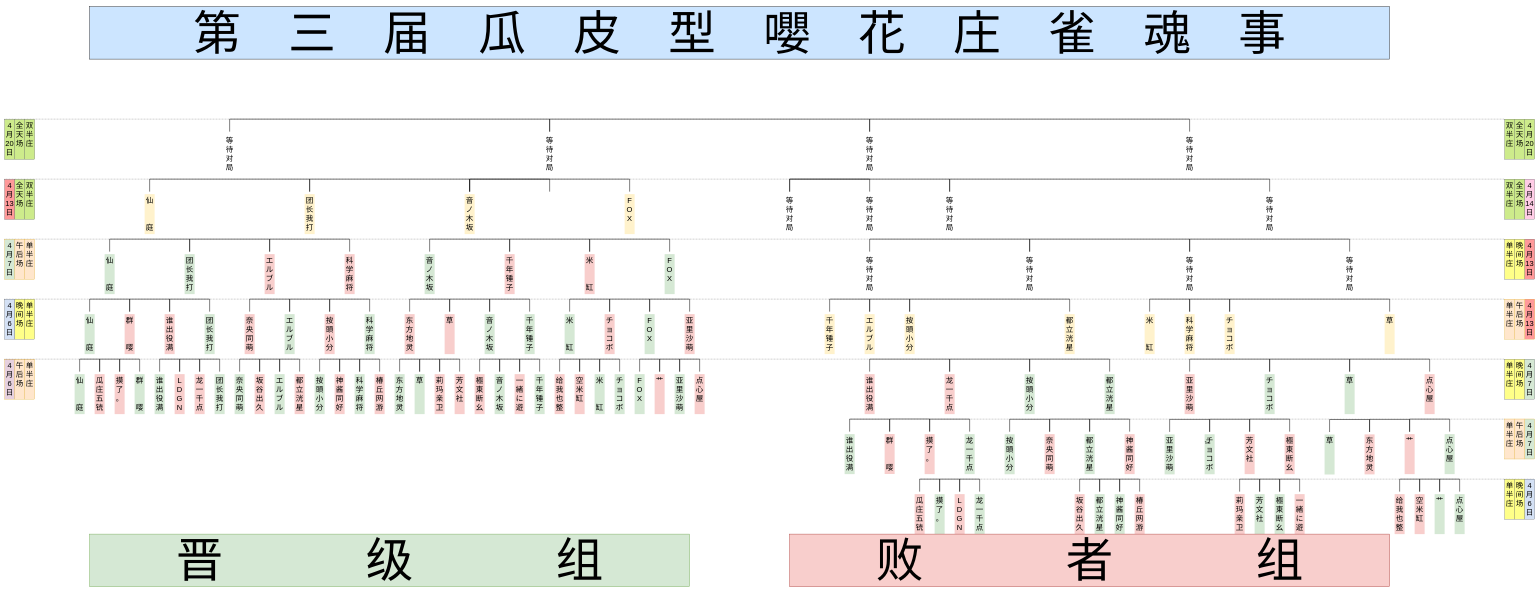
Earlier version of the draw.io diagram Tree Diagram.drawio (psc2350/pcr.mahjong.pub). Source tidied: cells renumbered, new cells numbered last; positions are measured from the earlier drawing's top-left corner, leaving out a move shared by most shapes. Both pictures are drawn from the tidied source at 25%, with x=0, y=0 at pixel (4, 6).
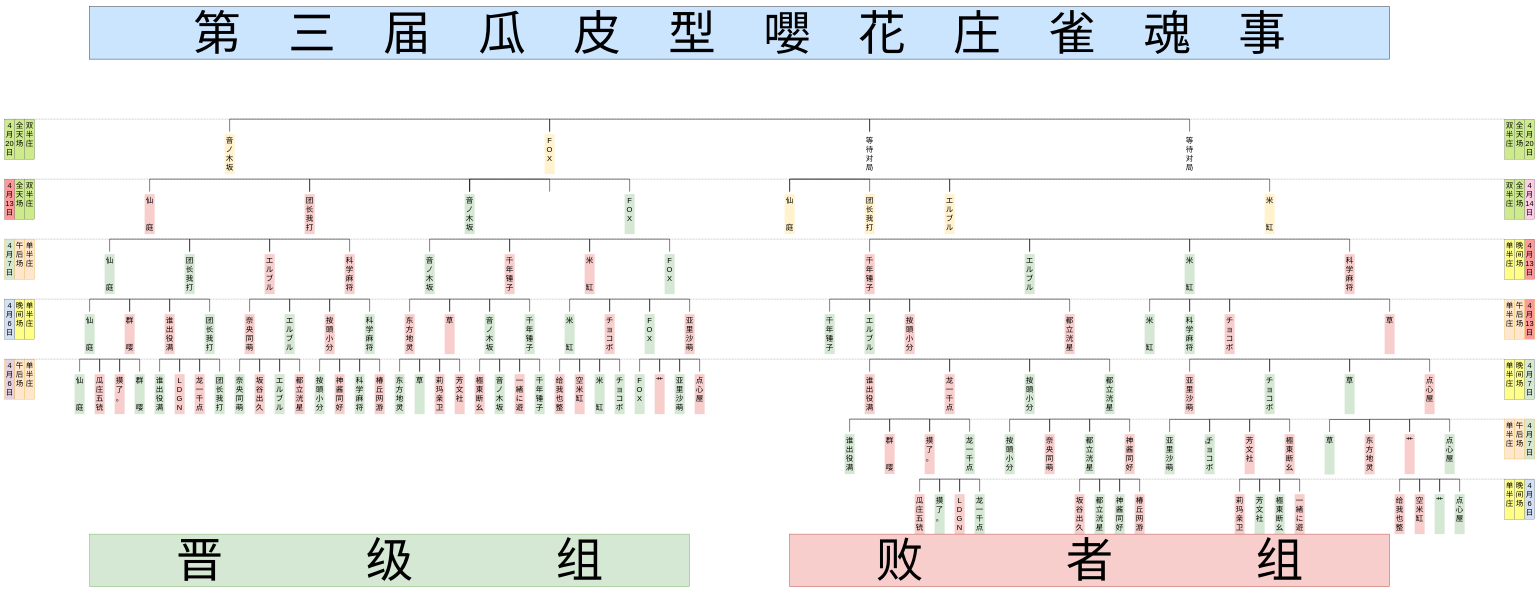
The same diagram, later.

Unchanged cells that the change refers to:
```xml
<mxCell id="3" style="group;" parent="1" vertex="1">
  <mxGeometry x="280" y="450" width="5560" height="1660" as="geometry" />
</mxCell>
```

Diff of the diagram source:
```diff
@@
-    <mxCell id="99" value="仙&lt;br&gt;&lt;br&gt;&lt;br&gt;庭&lt;br&gt;" style="text;html=1;strokeColor=none;fillColor=#FFF2CC;align=center;verticalAlign=top;whiteSpace=wrap;rounded=0;fontFamily=FZZhunYuan-M02;horizontal=1;fontSize=30;" parent="3" vertex="1">
+    <mxCell id="99" value="仙&lt;br&gt;&lt;br&gt;&lt;br&gt;庭&lt;br&gt;" style="text;html=1;strokeColor=none;fillColor=#F8CECC;align=center;verticalAlign=top;whiteSpace=wrap;rounded=0;fontFamily=FZZhunYuan-M02;horizontal=1;fontSize=30;" parent="3" vertex="1">
       <mxGeometry x="280" y="300" width="40" height="160" as="geometry" />
     </mxCell>
-    <mxCell id="100" value="团长我打&lt;br style=&quot;font-size: 30px&quot;&gt;" style="text;html=1;strokeColor=none;fillColor=#FFF2CC;align=center;verticalAlign=top;whiteSpace=wrap;rounded=0;fontFamily=FZZhunYuan-M02;horizontal=1;fontSize=30;" parent="3" vertex="1">
+    <mxCell id="100" value="团长我打&lt;br style=&quot;font-size: 30px&quot;&gt;" style="text;html=1;strokeColor=none;fillColor=#F8CECC;align=center;verticalAlign=top;whiteSpace=wrap;rounded=0;fontFamily=FZZhunYuan-M02;horizontal=1;fontSize=30;" parent="3" vertex="1">
       <mxGeometry x="920" y="300" width="40" height="160" as="geometry" />
     </mxCell>
-    <mxCell id="101" value="音ノ木坂&lt;br style=&quot;font-size: 30px&quot;&gt;" style="text;html=1;strokeColor=none;fillColor=#FFF2CC;align=center;verticalAlign=top;whiteSpace=wrap;rounded=0;fontFamily=FZZhunYuan-M02;horizontal=1;fontSize=30;" parent="3" vertex="1">
+    <mxCell id="101" value="音ノ木坂&lt;br style=&quot;font-size: 30px&quot;&gt;" style="text;html=1;strokeColor=none;fillColor=#D5E8D4;align=center;verticalAlign=top;whiteSpace=wrap;rounded=0;fontFamily=FZZhunYuan-M02;horizontal=1;fontSize=30;" parent="3" vertex="1">
       <mxGeometry x="1560" y="300" width="40" height="160" as="geometry" />
     </mxCell>
-    <mxCell id="102" value="F&lt;br&gt;O&lt;br&gt;X&lt;br&gt;" style="text;html=1;strokeColor=none;fillColor=#FFF2CC;align=center;verticalAlign=top;whiteSpace=wrap;rounded=0;fontFamily=FZZhunYuan-M02;horizontal=1;fontSize=30;" parent="3" vertex="1">
+    <mxCell id="102" value="F&lt;br&gt;O&lt;br&gt;X&lt;br&gt;" style="text;html=1;strokeColor=none;fillColor=#D5E8D4;align=center;verticalAlign=top;whiteSpace=wrap;rounded=0;fontFamily=FZZhunYuan-M02;horizontal=1;fontSize=30;" parent="3" vertex="1">
       <mxGeometry x="2200" y="300" width="40" height="160" as="geometry" />
     </mxCell>
@@
-    <mxCell id="106" value="&lt;span style=&quot;font-size: 30px;&quot;&gt;等待对局&lt;/span&gt;&lt;br style=&quot;font-size: 30px;&quot;&gt;" style="text;html=1;strokeColor=none;fillColor=none;align=center;verticalAlign=top;whiteSpace=wrap;rounded=0;fontFamily=FZZhunYuan-M02;horizontal=1;fontSize=30;" parent="3" vertex="1">
+    <mxCell id="106" value="音ノ木坂&lt;br style=&quot;font-size: 30px&quot;&gt;" style="text;html=1;strokeColor=none;fillColor=#FFF2CC;align=center;verticalAlign=top;whiteSpace=wrap;rounded=0;fontFamily=FZZhunYuan-M02;horizontal=1;fontSize=30;" parent="3" vertex="1">
       <mxGeometry x="600" y="60" width="40" height="160" as="geometry" />
     </mxCell>
-    <mxCell id="107" value="&lt;span style=&quot;font-size: 30px;&quot;&gt;等待对局&lt;/span&gt;&lt;br style=&quot;font-size: 30px;&quot;&gt;" style="text;html=1;strokeColor=none;fillColor=none;align=center;verticalAlign=top;whiteSpace=wrap;rounded=0;fontFamily=FZZhunYuan-M02;horizontal=1;fontSize=30;" parent="3" vertex="1">
+    <mxCell id="107" value="F&lt;br&gt;O&lt;br&gt;X&lt;br&gt;" style="text;html=1;strokeColor=none;fillColor=#FFF2CC;align=center;verticalAlign=top;whiteSpace=wrap;rounded=0;fontFamily=FZZhunYuan-M02;horizontal=1;fontSize=30;" parent="3" vertex="1">
       <mxGeometry x="1880" y="60" width="40" height="160" as="geometry" />
     </mxCell>
@@
-    <mxCell id="162" value="按頭小分" style="text;html=1;strokeColor=none;fillColor=#FFF2CC;align=center;verticalAlign=top;whiteSpace=wrap;rounded=0;fontFamily=FZZhunYuan-M02;horizontal=1;fontSize=30;" parent="3" vertex="1">
+    <mxCell id="162" value="按頭小分" style="text;html=1;strokeColor=none;fillColor=#F8CECC;align=center;verticalAlign=top;whiteSpace=wrap;rounded=0;fontFamily=FZZhunYuan-M02;horizontal=1;fontSize=30;" parent="3" vertex="1">
       <mxGeometry x="3320" y="780" width="40" height="160" as="geometry" />
     </mxCell>
-    <mxCell id="163" value="都立洸星&lt;br&gt;" style="text;html=1;strokeColor=none;fillColor=#FFF2CC;align=center;verticalAlign=top;whiteSpace=wrap;rounded=0;fontFamily=FZZhunYuan-M02;horizontal=1;fontSize=30;" parent="3" vertex="1">
+    <mxCell id="163" value="都立洸星&lt;br&gt;" style="text;html=1;strokeColor=none;fillColor=#F8CECC;align=center;verticalAlign=top;whiteSpace=wrap;rounded=0;fontFamily=FZZhunYuan-M02;horizontal=1;fontSize=30;" parent="3" vertex="1">
       <mxGeometry x="3960" y="780" width="40" height="160" as="geometry" />
     </mxCell>
-    <mxCell id="164" value="チョコボ&lt;br&gt;" style="text;html=1;strokeColor=none;fillColor=#FFF2CC;align=center;verticalAlign=top;whiteSpace=wrap;rounded=0;fontFamily=FZZhunYuan-M02;horizontal=1;fontSize=30;" parent="3" vertex="1">
+    <mxCell id="164" value="チョコボ&lt;br&gt;" style="text;html=1;strokeColor=none;fillColor=#F8CECC;align=center;verticalAlign=top;whiteSpace=wrap;rounded=0;fontFamily=FZZhunYuan-M02;horizontal=1;fontSize=30;" parent="3" vertex="1">
       <mxGeometry x="4600" y="780" width="40" height="160" as="geometry" />
     </mxCell>
-    <mxCell id="165" value="草&lt;br&gt;" style="text;html=1;strokeColor=none;fillColor=#FFF2CC;align=center;verticalAlign=top;whiteSpace=wrap;rounded=0;fontFamily=FZZhunYuan-M02;horizontal=1;fontSize=30;" parent="3" vertex="1">
+    <mxCell id="165" value="草&lt;br&gt;" style="text;html=1;strokeColor=none;fillColor=#F8CECC;align=center;verticalAlign=top;whiteSpace=wrap;rounded=0;fontFamily=FZZhunYuan-M02;horizontal=1;fontSize=30;" parent="3" vertex="1">
       <mxGeometry x="5240" y="780" width="40" height="160" as="geometry" />
     </mxCell>
@@
-    <mxCell id="168" value="千年锤子&lt;br&gt;" style="text;html=1;strokeColor=none;fillColor=#FFF2CC;align=center;verticalAlign=top;whiteSpace=wrap;rounded=0;fontFamily=FZZhunYuan-M02;horizontal=1;fontSize=30;" parent="3" vertex="1">
+    <mxCell id="168" value="千年锤子&lt;br&gt;" style="text;html=1;strokeColor=none;fillColor=#D5E8D4;align=center;verticalAlign=top;whiteSpace=wrap;rounded=0;fontFamily=FZZhunYuan-M02;horizontal=1;fontSize=30;" parent="3" vertex="1">
       <mxGeometry x="3000" y="780" width="40" height="160" as="geometry" />
     </mxCell>
-    <mxCell id="169" value="エルブル&lt;br&gt;" style="text;html=1;strokeColor=none;fillColor=#FFF2CC;align=center;verticalAlign=top;whiteSpace=wrap;rounded=0;fontFamily=FZZhunYuan-M02;horizontal=1;fontSize=30;" parent="3" vertex="1">
+    <mxCell id="169" value="エルブル&lt;br&gt;" style="text;html=1;strokeColor=none;fillColor=#D5E8D4;align=center;verticalAlign=top;whiteSpace=wrap;rounded=0;fontFamily=FZZhunYuan-M02;horizontal=1;fontSize=30;" parent="3" vertex="1">
       <mxGeometry x="3160" y="780" width="40" height="160" as="geometry" />
     </mxCell>
@@
-    <mxCell id="172" value="米&lt;br&gt;&lt;br&gt;&lt;br&gt;缸&lt;br&gt;" style="text;html=1;strokeColor=none;fillColor=#FFF2CC;align=center;verticalAlign=top;whiteSpace=wrap;rounded=0;fontFamily=FZZhunYuan-M02;horizontal=1;fontSize=30;" parent="3" vertex="1">
+    <mxCell id="172" value="米&lt;br&gt;&lt;br&gt;&lt;br&gt;缸&lt;br&gt;" style="text;html=1;strokeColor=none;fillColor=#D5E8D4;align=center;verticalAlign=top;whiteSpace=wrap;rounded=0;fontFamily=FZZhunYuan-M02;horizontal=1;fontSize=30;" parent="3" vertex="1">
       <mxGeometry x="4280" y="780" width="40" height="160" as="geometry" />
     </mxCell>
-    <mxCell id="173" value="科学麻将&lt;br&gt;" style="text;html=1;strokeColor=none;fillColor=#FFF2CC;align=center;verticalAlign=top;whiteSpace=wrap;rounded=0;fontFamily=FZZhunYuan-M02;horizontal=1;fontSize=30;" parent="3" vertex="1">
+    <mxCell id="173" value="科学麻将&lt;br&gt;" style="text;html=1;strokeColor=none;fillColor=#D5E8D4;align=center;verticalAlign=top;whiteSpace=wrap;rounded=0;fontFamily=FZZhunYuan-M02;horizontal=1;fontSize=30;" parent="3" vertex="1">
       <mxGeometry x="4440" y="780" width="40" height="160" as="geometry" />
     </mxCell>
@@
-    <mxCell id="176" style="strokeWidth=2;html=1;shape=mxgraph.flowchart.annotation_1;align=left;direction=south;fontFamily=FZZhunYuan-M02;fontSize=30;" parent="3" vertex="1">
+    <mxCell id="176" style="strokeWidth=2;html=1;shape=mxgraph.flowchart.annotation_1;align=left;direction=south;fontFamily=FZZhunYuan-M02;fontSize=30;fillColor=#FFF2CC;" parent="3" vertex="1">
       <mxGeometry x="620" width="1280" height="50" as="geometry" />
     </mxCell>
-    <mxCell id="177" value="等待对局&lt;br&gt;" style="text;html=1;strokeColor=none;fillColor=none;align=center;verticalAlign=top;whiteSpace=wrap;rounded=0;fontFamily=FZZhunYuan-M02;horizontal=1;fontSize=30;" parent="3" vertex="1">
+    <mxCell id="177" value="千年锤子&lt;br&gt;" style="text;html=1;strokeColor=none;fillColor=#F8CECC;align=center;verticalAlign=top;whiteSpace=wrap;rounded=0;fontFamily=FZZhunYuan-M02;horizontal=1;fontSize=30;" parent="3" vertex="1">
       <mxGeometry x="3160" y="540" width="40" height="160" as="geometry" />
     </mxCell>
-    <mxCell id="178" value="等待对局&lt;br&gt;" style="text;html=1;strokeColor=none;fillColor=none;align=center;verticalAlign=top;whiteSpace=wrap;rounded=0;fontFamily=FZZhunYuan-M02;horizontal=1;fontSize=30;" parent="3" vertex="1">
+    <mxCell id="178" value="エルブル&lt;br&gt;" style="text;html=1;strokeColor=none;fillColor=#D5E8D4;align=center;verticalAlign=top;whiteSpace=wrap;rounded=0;fontFamily=FZZhunYuan-M02;horizontal=1;fontSize=30;" parent="3" vertex="1">
       <mxGeometry x="3800" y="540" width="40" height="160" as="geometry" />
     </mxCell>
-    <mxCell id="179" value="等待对局&lt;br&gt;" style="text;html=1;strokeColor=none;fillColor=none;align=center;verticalAlign=top;whiteSpace=wrap;rounded=0;fontFamily=FZZhunYuan-M02;horizontal=1;fontSize=30;" parent="3" vertex="1">
+    <mxCell id="179" value="米&lt;br&gt;&lt;br&gt;&lt;br&gt;缸&lt;br&gt;" style="text;html=1;strokeColor=none;fillColor=#D5E8D4;align=center;verticalAlign=top;whiteSpace=wrap;rounded=0;fontFamily=FZZhunYuan-M02;horizontal=1;fontSize=30;" parent="3" vertex="1">
       <mxGeometry x="4440" y="540" width="40" height="160" as="geometry" />
     </mxCell>
-    <mxCell id="180" value="等待对局&lt;br&gt;" style="text;html=1;strokeColor=none;fillColor=none;align=center;verticalAlign=top;whiteSpace=wrap;rounded=0;fontFamily=FZZhunYuan-M02;horizontal=1;fontSize=30;" parent="3" vertex="1">
+    <mxCell id="180" value="科学麻将&lt;br&gt;" style="text;html=1;strokeColor=none;fillColor=#F8CECC;align=center;verticalAlign=top;whiteSpace=wrap;rounded=0;fontFamily=FZZhunYuan-M02;horizontal=1;fontSize=30;" parent="3" vertex="1">
       <mxGeometry x="5080" y="540" width="40" height="160" as="geometry" />
     </mxCell>
@@
-    <mxCell id="182" style="strokeWidth=2;html=1;shape=mxgraph.flowchart.annotation_1;align=left;direction=south;fontFamily=FZZhunYuan-M02;fontSize=30;" parent="3" vertex="1">
+    <mxCell id="182" style="strokeWidth=2;html=1;shape=mxgraph.flowchart.annotation_1;align=left;direction=south;fontFamily=FZZhunYuan-M02;fontSize=30;fillColor=#D5E8D4;" parent="3" vertex="1">
       <mxGeometry x="3820" y="480" width="640" height="50" as="geometry" />
     </mxCell>
@@
-    <mxCell id="184" value="等待对局&lt;br&gt;" style="text;html=1;strokeColor=none;fillColor=none;align=center;verticalAlign=top;whiteSpace=wrap;rounded=0;fontFamily=FZZhunYuan-M02;horizontal=1;fontSize=30;" parent="3" vertex="1">
+    <mxCell id="184" value="エルブル&lt;br&gt;" style="text;html=1;strokeColor=none;fillColor=#FFF2CC;align=center;verticalAlign=top;whiteSpace=wrap;rounded=0;fontFamily=FZZhunYuan-M02;horizontal=1;fontSize=30;" parent="3" vertex="1">
       <mxGeometry x="3480" y="300" width="40" height="160" as="geometry" />
     </mxCell>
-    <mxCell id="185" value="等待对局&lt;br&gt;" style="text;html=1;strokeColor=none;fillColor=none;align=center;verticalAlign=top;whiteSpace=wrap;rounded=0;fontFamily=FZZhunYuan-M02;horizontal=1;fontSize=30;" parent="3" vertex="1">
+    <mxCell id="185" value="米&lt;br&gt;&lt;br&gt;&lt;br&gt;缸&lt;br&gt;" style="text;html=1;strokeColor=none;fillColor=#FFF2CC;align=center;verticalAlign=top;whiteSpace=wrap;rounded=0;fontFamily=FZZhunYuan-M02;horizontal=1;fontSize=30;" parent="3" vertex="1">
       <mxGeometry x="4760" y="300" width="40" height="160" as="geometry" />
     </mxCell>
@@
-    <mxCell id="187" value="等待对局&lt;br&gt;" style="text;html=1;strokeColor=none;fillColor=none;align=center;verticalAlign=top;whiteSpace=wrap;rounded=0;fontFamily=FZZhunYuan-M02;horizontal=1;fontSize=30;" parent="3" vertex="1">
+    <mxCell id="187" value="仙&lt;br&gt;&lt;br&gt;&lt;br&gt;庭&lt;br&gt;" style="text;html=1;strokeColor=none;fillColor=#FFF2CC;align=center;verticalAlign=top;whiteSpace=wrap;rounded=0;fontFamily=FZZhunYuan-M02;horizontal=1;fontSize=30;" parent="3" vertex="1">
       <mxGeometry x="2840" y="300" width="40" height="160" as="geometry" />
     </mxCell>
@@
-    <mxCell id="190" value="等待对局&lt;br&gt;" style="text;html=1;strokeColor=none;fillColor=none;align=center;verticalAlign=top;whiteSpace=wrap;rounded=0;fontFamily=FZZhunYuan-M02;horizontal=1;fontSize=30;" parent="3" vertex="1">
+    <mxCell id="190" value="团长我打&lt;br&gt;" style="text;html=1;strokeColor=none;fillColor=#FFF2CC;align=center;verticalAlign=top;whiteSpace=wrap;rounded=0;fontFamily=FZZhunYuan-M02;horizontal=1;fontSize=30;" parent="3" vertex="1">
       <mxGeometry x="3160" y="300" width="40" height="160" as="geometry" />
     </mxCell>
```
